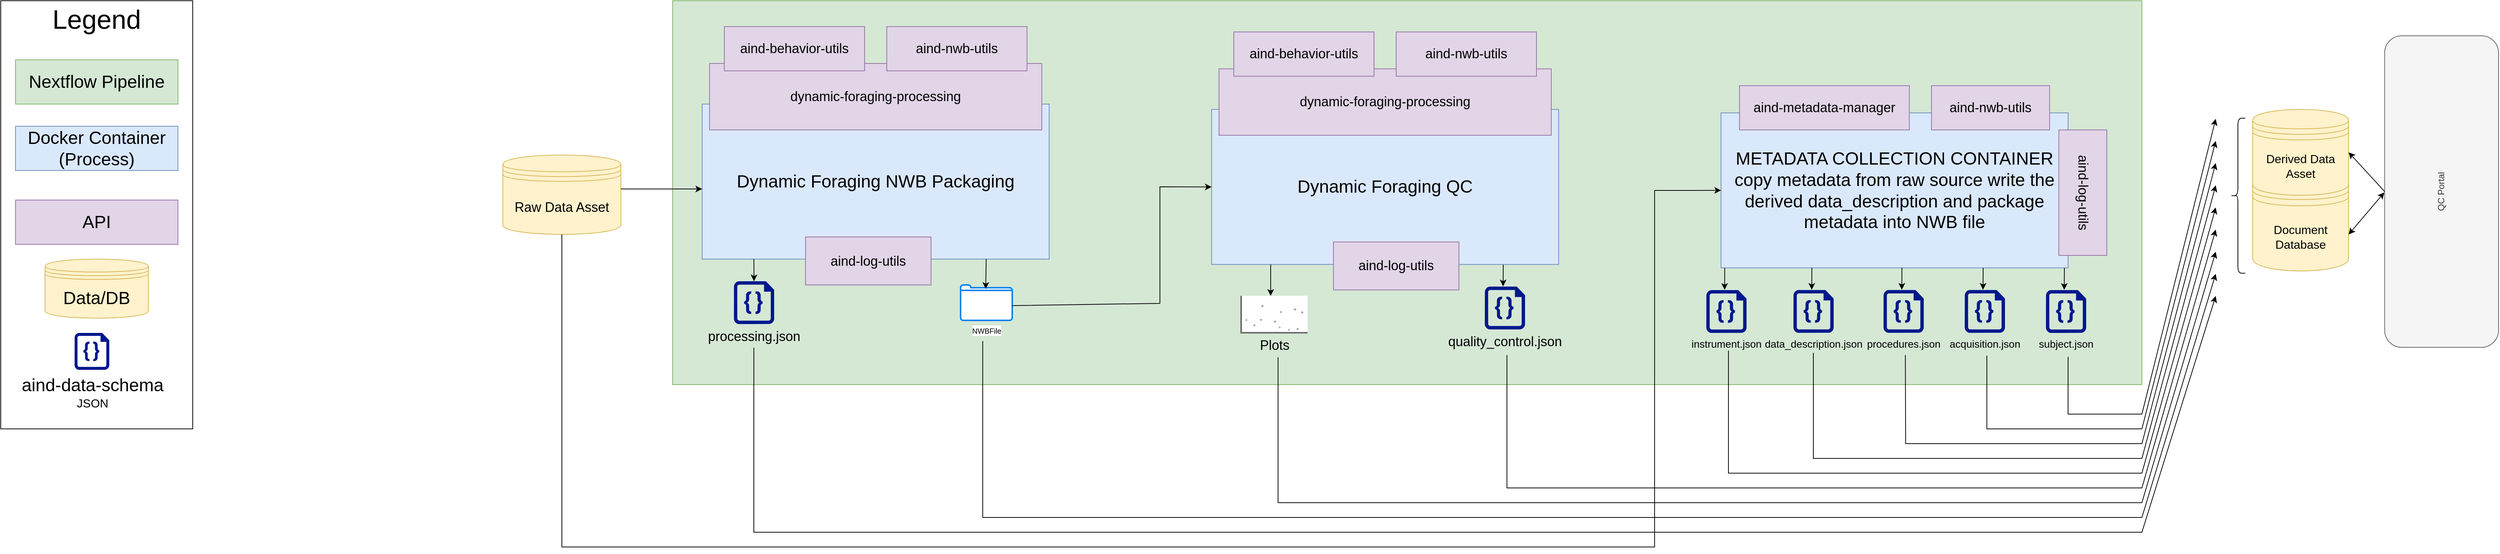
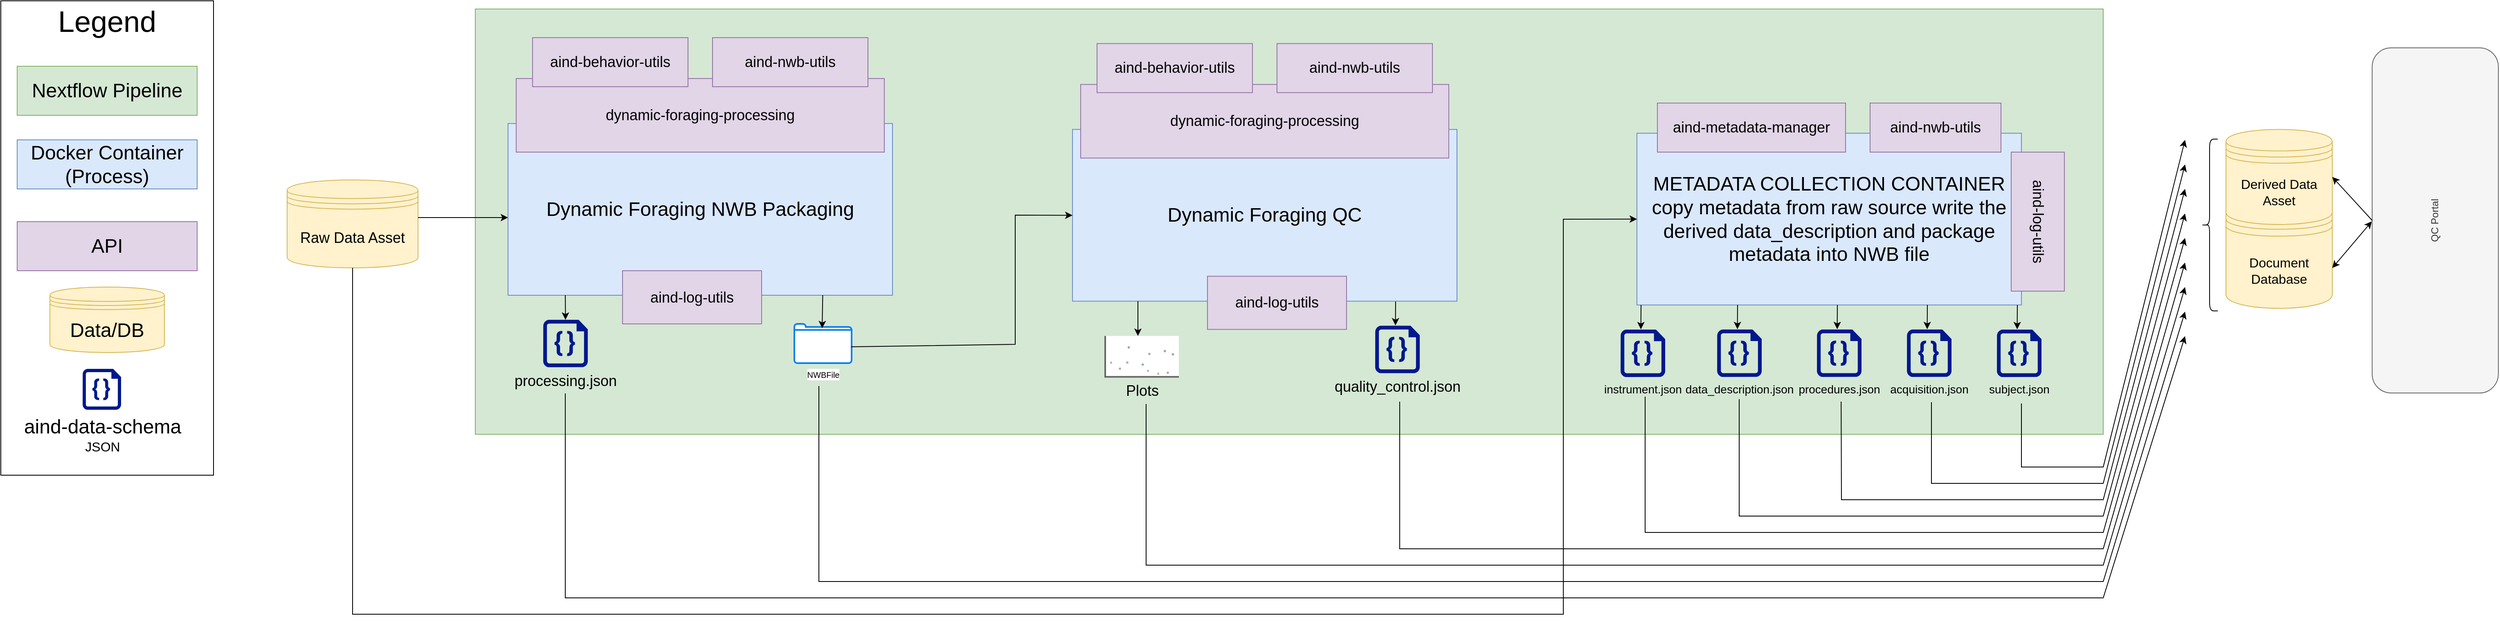
<mxfile host="Electron" agent="Mozilla/5.0 (Windows NT 10.0; Win64; x64) AppleWebKit/537.36 (KHTML, like Gecko) draw.io/29.2.9 Chrome/140.0.7339.249 Electron/38.7.2 Safari/537.36" version="29.2.9">
  <diagram name="Page-1" id="vGwxghS2Jf0l3ObwOOUD">
-     <mxGraphModel dx="2376" dy="1311" grid="1" gridSize="10" guides="1" tooltips="1" connect="1" arrows="1" fold="1" page="1" pageScale="1" pageWidth="850" pageHeight="1100" math="0" shadow="0">
+     <mxGraphModel dx="3374" dy="2331" grid="1" gridSize="10" guides="1" tooltips="1" connect="1" arrows="1" fold="1" page="1" pageScale="1" pageWidth="850" pageHeight="1100" math="0" shadow="0">
      <root>
        <mxCell id="0" />
        <mxCell id="1" parent="0" />
        <mxCell id="ucD0ku87yjtAbwI87e6s-2" parent="1" style="rounded=0;whiteSpace=wrap;html=1;fillColor=#d5e8d4;strokeColor=#82b366;" value="" vertex="1">
          <mxGeometry height="520" width="1990" x="1430" y="360" as="geometry" />
        </mxCell>
        <mxCell id="ucD0ku87yjtAbwI87e6s-4" parent="1" style="shape=datastore;whiteSpace=wrap;html=1;fillColor=#fff2cc;strokeColor=#d6b656;" value="&lt;font style=&quot;font-size: 18px;&quot;&gt;Raw Data Asset&lt;/font&gt;" vertex="1">
          <mxGeometry height="107.5" width="160" x="1200" y="568.97" as="geometry" />
        </mxCell>
        <mxCell id="ucD0ku87yjtAbwI87e6s-8" parent="1" style="rounded=0;whiteSpace=wrap;html=1;fillColor=#dae8fc;strokeColor=#6c8ebf;" value="&lt;span style=&quot;font-size: 24px;&quot;&gt;METADATA COLLECTION CONTAINER&lt;/span&gt;&lt;br&gt;&lt;div&gt;&lt;font style=&quot;font-size: 24px;&quot;&gt;copy metadata from raw source write the derived data_description and package metadata into NWB file&lt;/font&gt;&lt;/div&gt;" vertex="1">
          <mxGeometry height="210" width="470" x="2850" y="511.88" as="geometry" />
        </mxCell>
        <mxCell id="ucD0ku87yjtAbwI87e6s-9" parent="1" style="rounded=0;whiteSpace=wrap;html=1;fillColor=#e1d5e7;strokeColor=#9673a6;" value="&lt;font style=&quot;font-size: 18px;&quot;&gt;aind-metadata-manager&lt;/font&gt;" vertex="1">
          <mxGeometry height="60" width="230" x="2875" y="475" as="geometry" />
        </mxCell>
        <mxCell id="ucD0ku87yjtAbwI87e6s-10" parent="1" style="rounded=0;whiteSpace=wrap;html=1;rotation=90;fillColor=#e1d5e7;strokeColor=#9673a6;" value="&lt;font style=&quot;font-size: 18px;&quot;&gt;aind-log-utils&lt;/font&gt;" vertex="1">
          <mxGeometry height="65" width="170" x="3255" y="587.5" as="geometry" />
        </mxCell>
        <mxCell id="ucD0ku87yjtAbwI87e6s-11" parent="1" style="rounded=0;whiteSpace=wrap;html=1;fillColor=#e1d5e7;strokeColor=#9673a6;" value="&lt;font style=&quot;font-size: 18px;&quot;&gt;aind-nwb-utils&lt;/font&gt;" vertex="1">
          <mxGeometry height="60" width="160" x="3135" y="475" as="geometry" />
        </mxCell>
        <mxCell id="ucD0ku87yjtAbwI87e6s-12" connectable="0" parent="1" style="group;fillColor=#fff2cc;strokeColor=#d6b656;" value="" vertex="1">
-           <mxGeometry height="580" width="260" x="520" y="360" as="geometry" />
+           <mxGeometry height="580" width="260" x="850" y="350" as="geometry" />
        </mxCell>
        <mxCell id="ucD0ku87yjtAbwI87e6s-13" parent="ucD0ku87yjtAbwI87e6s-12" style="rounded=0;whiteSpace=wrap;html=1;" value="" vertex="1">
          <mxGeometry height="580" width="260" as="geometry" />
        </mxCell>
        <mxCell id="ucD0ku87yjtAbwI87e6s-14" parent="ucD0ku87yjtAbwI87e6s-12" style="text;html=1;whiteSpace=wrap;strokeColor=none;fillColor=none;align=center;verticalAlign=middle;rounded=0;" value="&lt;font style=&quot;font-size: 36px;&quot;&gt;Legend&lt;/font&gt;" vertex="1">
          <mxGeometry height="30" width="60" x="100" y="10" as="geometry" />
        </mxCell>
        <mxCell id="ucD0ku87yjtAbwI87e6s-15" parent="ucD0ku87yjtAbwI87e6s-12" style="rounded=0;whiteSpace=wrap;html=1;fillColor=#d5e8d4;strokeColor=#82b366;" value="&lt;font style=&quot;font-size: 24px;&quot;&gt;Nextflow Pipeline&lt;/font&gt;" vertex="1">
          <mxGeometry height="60" width="220" x="20" y="80" as="geometry" />
        </mxCell>
        <mxCell id="ucD0ku87yjtAbwI87e6s-16" parent="ucD0ku87yjtAbwI87e6s-12" style="rounded=0;whiteSpace=wrap;html=1;fillColor=#dae8fc;strokeColor=#6c8ebf;" value="&lt;font style=&quot;font-size: 24px;&quot;&gt;Docker Container (Process)&lt;/font&gt;" vertex="1">
          <mxGeometry height="60" width="220" x="20" y="170" as="geometry" />
        </mxCell>
        <mxCell id="ucD0ku87yjtAbwI87e6s-17" parent="ucD0ku87yjtAbwI87e6s-12" style="rounded=0;whiteSpace=wrap;html=1;fillColor=#e1d5e7;strokeColor=#9673a6;" value="&lt;font style=&quot;font-size: 24px;&quot;&gt;API&lt;/font&gt;" vertex="1">
          <mxGeometry height="60" width="220" x="20" y="270" as="geometry" />
        </mxCell>
        <mxCell id="ucD0ku87yjtAbwI87e6s-18" parent="ucD0ku87yjtAbwI87e6s-12" style="shape=datastore;whiteSpace=wrap;html=1;fillColor=#fff2cc;strokeColor=#d6b656;" value="&lt;font style=&quot;font-size: 24px;&quot;&gt;Data/DB&lt;/font&gt;" vertex="1">
          <mxGeometry height="80" width="140" x="60" y="350" as="geometry" />
        </mxCell>
        <mxCell id="ucD0ku87yjtAbwI87e6s-19" parent="ucD0ku87yjtAbwI87e6s-12" style="sketch=0;aspect=fixed;pointerEvents=1;shadow=0;dashed=0;html=1;strokeColor=none;labelPosition=center;verticalLabelPosition=bottom;verticalAlign=top;align=center;fillColor=#00188D;shape=mxgraph.azure.code_file" value="&lt;font style=&quot;font-size: 24px;&quot;&gt;aind-data-schema&lt;/font&gt;&lt;div&gt;&lt;font size=&quot;3&quot;&gt;JSON&lt;/font&gt;&lt;/div&gt;" vertex="1">
          <mxGeometry height="50" width="47" x="100" y="450" as="geometry" />
        </mxCell>
        <mxCell id="ucD0ku87yjtAbwI87e6s-22" parent="1" style="rounded=0;whiteSpace=wrap;html=1;fillColor=#dae8fc;strokeColor=#6c8ebf;" value="&lt;span style=&quot;font-size: 24px;&quot;&gt;Dynamic Foraging NWB Packaging&lt;/span&gt;" vertex="1">
          <mxGeometry height="210" width="470" x="1470" y="500" as="geometry" />
        </mxCell>
        <mxCell id="ucD0ku87yjtAbwI87e6s-23" parent="1" style="rounded=0;whiteSpace=wrap;html=1;fillColor=#e1d5e7;strokeColor=#9673a6;" value="&lt;font style=&quot;font-size: 18px;&quot;&gt;dynamic-foraging-processing&lt;/font&gt;" vertex="1">
          <mxGeometry height="90" width="450" x="1480" y="445" as="geometry" />
        </mxCell>
        <mxCell id="ucD0ku87yjtAbwI87e6s-24" parent="1" style="rounded=0;whiteSpace=wrap;html=1;fillColor=#e1d5e7;strokeColor=#9673a6;" value="&lt;font style=&quot;font-size: 18px;&quot;&gt;aind-nwb-utils&lt;/font&gt;" vertex="1">
          <mxGeometry height="60" width="190" x="1720" y="395" as="geometry" />
        </mxCell>
        <mxCell id="ucD0ku87yjtAbwI87e6s-25" parent="1" style="rounded=0;whiteSpace=wrap;html=1;fillColor=#e1d5e7;strokeColor=#9673a6;" value="&lt;font style=&quot;font-size: 18px;&quot;&gt;aind-behavior-utils&lt;/font&gt;" vertex="1">
          <mxGeometry height="60" width="190" x="1500" y="395" as="geometry" />
        </mxCell>
        <mxCell id="ucD0ku87yjtAbwI87e6s-26" parent="1" style="rounded=0;whiteSpace=wrap;html=1;rotation=0;fillColor=#e1d5e7;strokeColor=#9673a6;" value="&lt;font style=&quot;font-size: 18px;&quot;&gt;aind-log-utils&lt;/font&gt;" vertex="1">
          <mxGeometry height="65" width="170" x="1610" y="680" as="geometry" />
        </mxCell>
        <mxCell id="ucD0ku87yjtAbwI87e6s-33" parent="1" style="shape=datastore;whiteSpace=wrap;html=1;fillColor=#fff2cc;strokeColor=#d6b656;" value="&lt;font size=&quot;3&quot;&gt;Document Database&lt;/font&gt;" vertex="1">
          <mxGeometry height="135" width="130" x="3570" y="591.01" as="geometry" />
        </mxCell>
        <mxCell id="ucD0ku87yjtAbwI87e6s-34" parent="1" style="shape=datastore;whiteSpace=wrap;html=1;fillColor=#fff2cc;strokeColor=#d6b656;" value="&lt;font size=&quot;3&quot;&gt;Derived Data Asset&lt;/font&gt;" vertex="1">
          <mxGeometry height="116.25" width="130" x="3570" y="507.26" as="geometry" />
        </mxCell>
        <mxCell id="ucD0ku87yjtAbwI87e6s-37" parent="1" style="rounded=1;whiteSpace=wrap;html=1;rotation=-90;fillColor=#f5f5f5;strokeColor=#666666;fontColor=#333333;" value="QC Portal" vertex="1">
          <mxGeometry height="154.25" width="422.06" x="3614.85" y="541.35" as="geometry" />
        </mxCell>
        <mxCell id="ucD0ku87yjtAbwI87e6s-38" edge="1" parent="1" source="ucD0ku87yjtAbwI87e6s-37" style="endArrow=classic;html=1;rounded=0;exitX=0.5;exitY=0;exitDx=0;exitDy=0;entryX=1;entryY=0.5;entryDx=0;entryDy=0;" target="ucD0ku87yjtAbwI87e6s-34" value="">
          <mxGeometry height="50" relative="1" width="50" as="geometry">
            <mxPoint x="3740" y="586.63" as="sourcePoint" />
            <mxPoint x="3710" y="826.63" as="targetPoint" />
          </mxGeometry>
        </mxCell>
        <mxCell id="ucD0ku87yjtAbwI87e6s-39" edge="1" parent="1" style="endArrow=classic;startArrow=classic;html=1;rounded=0;entryX=0.497;entryY=-0.003;entryDx=0;entryDy=0;entryPerimeter=0;" target="ucD0ku87yjtAbwI87e6s-37" value="">
          <mxGeometry height="50" relative="1" width="50" as="geometry">
            <mxPoint x="3700" y="676.63" as="sourcePoint" />
            <mxPoint x="3750" y="626.63" as="targetPoint" />
          </mxGeometry>
        </mxCell>
        <mxCell id="XBMijPbnRn5yzxOUSNuw-1" parent="1" style="sketch=0;aspect=fixed;pointerEvents=1;shadow=0;dashed=0;html=1;strokeColor=none;labelPosition=center;verticalLabelPosition=bottom;verticalAlign=top;align=center;fillColor=#00188D;shape=mxgraph.azure.code_file" value="&lt;span style=&quot;font-size: 18px;&quot;&gt;processing.json&lt;/span&gt;" vertex="1">
          <mxGeometry height="58" width="54.52" x="1513" y="740" as="geometry" />
        </mxCell>
        <mxCell id="XBMijPbnRn5yzxOUSNuw-2" parent="1" style="sketch=0;aspect=fixed;pointerEvents=1;shadow=0;dashed=0;html=1;strokeColor=none;labelPosition=center;verticalLabelPosition=bottom;verticalAlign=top;align=center;fillColor=#00188D;shape=mxgraph.azure.code_file" value="&lt;span style=&quot;font-size: 18px;&quot;&gt;quality_control.json&lt;/span&gt;" vertex="1">
          <mxGeometry height="58" width="54.52" x="2530" y="747.26" as="geometry" />
        </mxCell>
        <mxCell id="XBMijPbnRn5yzxOUSNuw-3" edge="1" parent="1" source="ucD0ku87yjtAbwI87e6s-22" style="endArrow=classic;html=1;rounded=0;exitX=0.149;exitY=1;exitDx=0;exitDy=0;exitPerimeter=0;entryX=0.5;entryY=0;entryDx=0;entryDy=0;entryPerimeter=0;" target="XBMijPbnRn5yzxOUSNuw-1" value="">
          <mxGeometry height="50" relative="1" width="50" as="geometry">
            <mxPoint x="1570" y="950" as="sourcePoint" />
            <mxPoint x="1620" y="900" as="targetPoint" />
          </mxGeometry>
        </mxCell>
        <mxCell id="XBMijPbnRn5yzxOUSNuw-4" edge="1" parent="1" style="endArrow=classic;html=1;rounded=0;exitX=0.149;exitY=1;exitDx=0;exitDy=0;exitPerimeter=0;entryX=0.455;entryY=-0.007;entryDx=0;entryDy=0;entryPerimeter=0;" target="XBMijPbnRn5yzxOUSNuw-2" value="">
          <mxGeometry height="50" relative="1" width="50" as="geometry">
            <mxPoint x="2555" y="717.26" as="sourcePoint" />
            <mxPoint x="2555" y="747.26" as="targetPoint" />
          </mxGeometry>
        </mxCell>
        <mxCell id="ac3s_IaSw4kxKbjggmrB-1" parent="1" style="rounded=0;whiteSpace=wrap;html=1;fillColor=#dae8fc;strokeColor=#6c8ebf;" value="&lt;div&gt;&lt;font style=&quot;font-size: 24px;&quot;&gt;Dynamic Foraging QC&lt;/font&gt;&lt;/div&gt;" vertex="1">
          <mxGeometry height="210" width="470" x="2160" y="507.26" as="geometry" />
        </mxCell>
        <mxCell id="ac3s_IaSw4kxKbjggmrB-3" parent="1" style="rounded=0;whiteSpace=wrap;html=1;rotation=0;fillColor=#e1d5e7;strokeColor=#9673a6;" value="&lt;font style=&quot;font-size: 18px;&quot;&gt;aind-log-utils&lt;/font&gt;" vertex="1">
          <mxGeometry height="65" width="170" x="2325" y="686.75" as="geometry" />
        </mxCell>
        <mxCell id="ac3s_IaSw4kxKbjggmrB-5" parent="1" style="rounded=0;whiteSpace=wrap;html=1;fillColor=#e1d5e7;strokeColor=#9673a6;" value="&lt;font style=&quot;font-size: 18px;&quot;&gt;dynamic-foraging-processing&lt;/font&gt;" vertex="1">
          <mxGeometry height="90" width="450" x="2170" y="452.25" as="geometry" />
        </mxCell>
        <mxCell id="ac3s_IaSw4kxKbjggmrB-6" parent="1" style="rounded=0;whiteSpace=wrap;html=1;fillColor=#e1d5e7;strokeColor=#9673a6;" value="&lt;font style=&quot;font-size: 18px;&quot;&gt;aind-nwb-utils&lt;/font&gt;" vertex="1">
          <mxGeometry height="60" width="190" x="2410" y="402.25" as="geometry" />
        </mxCell>
        <mxCell id="ac3s_IaSw4kxKbjggmrB-7" parent="1" style="rounded=0;whiteSpace=wrap;html=1;fillColor=#e1d5e7;strokeColor=#9673a6;" value="&lt;font style=&quot;font-size: 18px;&quot;&gt;aind-behavior-utils&lt;/font&gt;" vertex="1">
          <mxGeometry height="60" width="190" x="2190" y="402.25" as="geometry" />
        </mxCell>
        <mxCell id="ac3s_IaSw4kxKbjggmrB-8" parent="1" style="verticalLabelPosition=bottom;shadow=0;dashed=0;align=center;html=1;verticalAlign=top;strokeWidth=1;shape=mxgraph.mockup.graphics.plotChart;strokeColor=none;strokeColor2=#aaaaaa;strokeColor3=#666666;fillColor2=#99aaff,#0022ff,#008cff;" value="&lt;font style=&quot;font-size: 18px;&quot;&gt;Plots&lt;/font&gt;" vertex="1">
          <mxGeometry height="50" width="90" x="2200" y="759.74" as="geometry" />
        </mxCell>
        <mxCell id="ac3s_IaSw4kxKbjggmrB-10" edge="1" parent="1" style="endArrow=classic;html=1;rounded=0;exitX=0.149;exitY=1;exitDx=0;exitDy=0;exitPerimeter=0;" value="">
          <mxGeometry height="50" relative="1" width="50" as="geometry">
            <mxPoint x="2240" y="717.26" as="sourcePoint" />
            <mxPoint x="2240" y="759.74" as="targetPoint" />
          </mxGeometry>
        </mxCell>
        <mxCell id="ac3s_IaSw4kxKbjggmrB-11" parent="1" style="html=1;verticalLabelPosition=bottom;align=center;labelBackgroundColor=#ffffff;verticalAlign=top;strokeWidth=2;strokeColor=#0080F0;shadow=0;dashed=0;shape=mxgraph.ios7.icons.folder;" value="&lt;font size=&quot;1&quot;&gt;NWBFile&lt;/font&gt;" vertex="1">
          <mxGeometry height="48" width="70" x="1820" y="745" as="geometry" />
        </mxCell>
        <mxCell id="ac3s_IaSw4kxKbjggmrB-12" edge="1" parent="1" style="endArrow=classic;html=1;rounded=0;exitX=0.149;exitY=1;exitDx=0;exitDy=0;exitPerimeter=0;entryX=0.486;entryY=0.111;entryDx=0;entryDy=0;entryPerimeter=0;" target="ac3s_IaSw4kxKbjggmrB-11" value="">
          <mxGeometry height="50" relative="1" width="50" as="geometry">
            <mxPoint x="1854.69" y="710" as="sourcePoint" />
            <mxPoint x="1854.69" y="740" as="targetPoint" />
          </mxGeometry>
        </mxCell>
        <mxCell id="ac3s_IaSw4kxKbjggmrB-15" parent="1" style="sketch=0;aspect=fixed;pointerEvents=1;shadow=0;dashed=0;html=1;strokeColor=none;labelPosition=center;verticalLabelPosition=bottom;verticalAlign=top;align=center;fillColor=#00188D;shape=mxgraph.azure.code_file" value="&lt;font style=&quot;font-size: 14px;&quot;&gt;data_description.json&lt;/font&gt;" vertex="1">
          <mxGeometry height="58" width="54.52" x="2948" y="751.88" as="geometry" />
        </mxCell>
        <mxCell id="ac3s_IaSw4kxKbjggmrB-16" edge="1" parent="1" style="endArrow=classic;html=1;rounded=0;exitX=0.149;exitY=1;exitDx=0;exitDy=0;exitPerimeter=0;entryX=0.455;entryY=-0.007;entryDx=0;entryDy=0;entryPerimeter=0;" target="ac3s_IaSw4kxKbjggmrB-15" value="">
          <mxGeometry height="50" relative="1" width="50" as="geometry">
            <mxPoint x="2973" y="721.88" as="sourcePoint" />
            <mxPoint x="2973" y="751.88" as="targetPoint" />
          </mxGeometry>
        </mxCell>
        <mxCell id="ac3s_IaSw4kxKbjggmrB-19" parent="1" style="sketch=0;aspect=fixed;pointerEvents=1;shadow=0;dashed=0;html=1;strokeColor=none;labelPosition=center;verticalLabelPosition=bottom;verticalAlign=top;align=center;fillColor=#00188D;shape=mxgraph.azure.code_file" value="&lt;font style=&quot;font-size: 14px;&quot;&gt;acquisition.json&lt;/font&gt;" vertex="1">
          <mxGeometry height="58" width="54.52" x="3180" y="751.88" as="geometry" />
        </mxCell>
        <mxCell id="ac3s_IaSw4kxKbjggmrB-20" edge="1" parent="1" style="endArrow=classic;html=1;rounded=0;exitX=0.149;exitY=1;exitDx=0;exitDy=0;exitPerimeter=0;entryX=0.455;entryY=-0.007;entryDx=0;entryDy=0;entryPerimeter=0;" target="ac3s_IaSw4kxKbjggmrB-19" value="">
          <mxGeometry height="50" relative="1" width="50" as="geometry">
            <mxPoint x="3205" y="721.88" as="sourcePoint" />
            <mxPoint x="3205" y="751.88" as="targetPoint" />
          </mxGeometry>
        </mxCell>
        <mxCell id="ac3s_IaSw4kxKbjggmrB-23" parent="1" style="sketch=0;aspect=fixed;pointerEvents=1;shadow=0;dashed=0;html=1;strokeColor=none;labelPosition=center;verticalLabelPosition=bottom;verticalAlign=top;align=center;fillColor=#00188D;shape=mxgraph.azure.code_file" value="&lt;font style=&quot;font-size: 14px;&quot;&gt;instrument.json&lt;/font&gt;" vertex="1">
          <mxGeometry height="58" width="54.52" x="2830" y="752" as="geometry" />
        </mxCell>
        <mxCell id="ac3s_IaSw4kxKbjggmrB-24" edge="1" parent="1" style="endArrow=classic;html=1;rounded=0;exitX=0.149;exitY=1;exitDx=0;exitDy=0;exitPerimeter=0;entryX=0.455;entryY=-0.007;entryDx=0;entryDy=0;entryPerimeter=0;" target="ac3s_IaSw4kxKbjggmrB-23" value="">
          <mxGeometry height="50" relative="1" width="50" as="geometry">
            <mxPoint x="2855" y="722" as="sourcePoint" />
            <mxPoint x="2855" y="752" as="targetPoint" />
          </mxGeometry>
        </mxCell>
        <mxCell id="ac3s_IaSw4kxKbjggmrB-25" parent="1" style="sketch=0;aspect=fixed;pointerEvents=1;shadow=0;dashed=0;html=1;strokeColor=none;labelPosition=center;verticalLabelPosition=bottom;verticalAlign=top;align=center;fillColor=#00188D;shape=mxgraph.azure.code_file" value="&lt;font style=&quot;font-size: 14px;&quot;&gt;subject.json&lt;/font&gt;" vertex="1">
          <mxGeometry height="58" width="54.52" x="3290" y="752" as="geometry" />
        </mxCell>
        <mxCell id="ac3s_IaSw4kxKbjggmrB-26" edge="1" parent="1" style="endArrow=classic;html=1;rounded=0;exitX=0.149;exitY=1;exitDx=0;exitDy=0;exitPerimeter=0;entryX=0.455;entryY=-0.007;entryDx=0;entryDy=0;entryPerimeter=0;" target="ac3s_IaSw4kxKbjggmrB-25" value="">
          <mxGeometry height="50" relative="1" width="50" as="geometry">
            <mxPoint x="3315" y="722" as="sourcePoint" />
            <mxPoint x="3315" y="752" as="targetPoint" />
          </mxGeometry>
        </mxCell>
        <mxCell id="ac3s_IaSw4kxKbjggmrB-27" parent="1" style="sketch=0;aspect=fixed;pointerEvents=1;shadow=0;dashed=0;html=1;strokeColor=none;labelPosition=center;verticalLabelPosition=bottom;verticalAlign=top;align=center;fillColor=#00188D;shape=mxgraph.azure.code_file" value="&lt;font style=&quot;font-size: 14px;&quot;&gt;procedures.json&lt;/font&gt;" vertex="1">
          <mxGeometry height="58" width="54.52" x="3070" y="751.88" as="geometry" />
        </mxCell>
        <mxCell id="ac3s_IaSw4kxKbjggmrB-28" edge="1" parent="1" style="endArrow=classic;html=1;rounded=0;exitX=0.149;exitY=1;exitDx=0;exitDy=0;exitPerimeter=0;entryX=0.455;entryY=-0.007;entryDx=0;entryDy=0;entryPerimeter=0;" target="ac3s_IaSw4kxKbjggmrB-27" value="">
          <mxGeometry height="50" relative="1" width="50" as="geometry">
            <mxPoint x="3095" y="721.88" as="sourcePoint" />
            <mxPoint x="3095" y="751.88" as="targetPoint" />
          </mxGeometry>
        </mxCell>
        <mxCell id="ac3s_IaSw4kxKbjggmrB-29" edge="1" parent="1" style="endArrow=classic;html=1;rounded=0;" value="">
          <mxGeometry height="50" relative="1" width="50" as="geometry">
            <Array as="points">
              <mxPoint x="1540" y="1080" />
              <mxPoint x="3420" y="1080" />
            </Array>
            <mxPoint x="1540" y="830" as="sourcePoint" />
            <mxPoint x="3520" y="760" as="targetPoint" />
          </mxGeometry>
        </mxCell>
        <mxCell id="ac3s_IaSw4kxKbjggmrB-30" edge="1" parent="1" style="endArrow=classic;html=1;rounded=0;" value="">
          <mxGeometry height="50" relative="1" width="50" as="geometry">
            <Array as="points">
              <mxPoint x="1850" y="1060" />
              <mxPoint x="3420" y="1060" />
            </Array>
            <mxPoint x="1850" y="821" as="sourcePoint" />
            <mxPoint x="3520" y="730" as="targetPoint" />
          </mxGeometry>
        </mxCell>
        <mxCell id="ac3s_IaSw4kxKbjggmrB-31" edge="1" parent="1" style="endArrow=classic;html=1;rounded=0;" value="">
          <mxGeometry height="50" relative="1" width="50" as="geometry">
            <Array as="points">
              <mxPoint x="2250" y="1040" />
              <mxPoint x="3420" y="1040" />
            </Array>
            <mxPoint x="2250" y="842.94" as="sourcePoint" />
            <mxPoint x="3520" y="700" as="targetPoint" />
          </mxGeometry>
        </mxCell>
        <mxCell id="ac3s_IaSw4kxKbjggmrB-33" edge="1" parent="1" source="ac3s_IaSw4kxKbjggmrB-11" style="endArrow=classic;html=1;rounded=0;entryX=0;entryY=0.5;entryDx=0;entryDy=0;exitX=0.992;exitY=0.583;exitDx=0;exitDy=0;exitPerimeter=0;" target="ac3s_IaSw4kxKbjggmrB-1" value="">
          <mxGeometry height="50" relative="1" width="50" as="geometry">
            <Array as="points">
              <mxPoint x="2090" y="770" />
              <mxPoint x="2090" y="612" />
            </Array>
            <mxPoint x="1900" y="770" as="sourcePoint" />
            <mxPoint x="1950" y="720" as="targetPoint" />
          </mxGeometry>
        </mxCell>
        <mxCell id="ac3s_IaSw4kxKbjggmrB-34" edge="1" parent="1" style="endArrow=classic;html=1;rounded=0;" value="">
          <mxGeometry height="50" relative="1" width="50" as="geometry">
            <mxPoint x="1360" y="615" as="sourcePoint" />
            <mxPoint x="1470" y="615" as="targetPoint" />
          </mxGeometry>
        </mxCell>
        <mxCell id="ac3s_IaSw4kxKbjggmrB-35" edge="1" parent="1" source="ucD0ku87yjtAbwI87e6s-4" style="endArrow=classic;html=1;rounded=0;entryX=0;entryY=0.5;entryDx=0;entryDy=0;exitX=0.5;exitY=1;exitDx=0;exitDy=0;" target="ucD0ku87yjtAbwI87e6s-8" value="">
          <mxGeometry height="50" relative="1" width="50" as="geometry">
            <Array as="points">
              <mxPoint x="1280" y="1100" />
              <mxPoint x="2760" y="1100" />
              <mxPoint x="2760" y="617" />
            </Array>
            <mxPoint x="1296" y="596.85" as="sourcePoint" />
            <mxPoint x="1470" y="601.85" as="targetPoint" />
          </mxGeometry>
        </mxCell>
        <mxCell id="ac3s_IaSw4kxKbjggmrB-38" parent="1" style="shape=curlyBracket;whiteSpace=wrap;html=1;rounded=1;labelPosition=left;verticalLabelPosition=middle;align=right;verticalAlign=middle;" value="" vertex="1">
          <mxGeometry height="210" width="20" x="3540" y="519.13" as="geometry" />
        </mxCell>
        <mxCell id="ac3s_IaSw4kxKbjggmrB-39" edge="1" parent="1" style="endArrow=classic;html=1;rounded=0;" value="">
          <mxGeometry height="50" relative="1" width="50" as="geometry">
            <Array as="points">
              <mxPoint x="2560" y="1020" />
              <mxPoint x="3420" y="1020" />
            </Array>
            <mxPoint x="2560" y="840.12" as="sourcePoint" />
            <mxPoint x="3520" y="670" as="targetPoint" />
          </mxGeometry>
        </mxCell>
        <mxCell id="ac3s_IaSw4kxKbjggmrB-41" edge="1" parent="1" style="endArrow=classic;html=1;rounded=0;" value="">
          <mxGeometry height="50" relative="1" width="50" as="geometry">
            <Array as="points">
              <mxPoint x="2860" y="1000" />
              <mxPoint x="3420" y="1000" />
            </Array>
            <mxPoint x="2860" y="833.9507692307693" as="sourcePoint" />
            <mxPoint x="3520" y="640" as="targetPoint" />
          </mxGeometry>
        </mxCell>
        <mxCell id="ac3s_IaSw4kxKbjggmrB-42" edge="1" parent="1" style="endArrow=classic;html=1;rounded=0;" value="">
          <mxGeometry height="50" relative="1" width="50" as="geometry">
            <Array as="points">
              <mxPoint x="2975" y="980" />
              <mxPoint x="3420" y="980" />
            </Array>
            <mxPoint x="2975" y="837.0507692307693" as="sourcePoint" />
            <mxPoint x="3520" y="610" as="targetPoint" />
          </mxGeometry>
        </mxCell>
        <mxCell id="ac3s_IaSw4kxKbjggmrB-43" edge="1" parent="1" source="ucD0ku87yjtAbwI87e6s-2" style="endArrow=classic;html=1;rounded=0;exitX=0.839;exitY=0.923;exitDx=0;exitDy=0;exitPerimeter=0;" value="">
          <mxGeometry height="50" relative="1" width="50" as="geometry">
            <Array as="points">
              <mxPoint x="3100" y="960" />
              <mxPoint x="3420" y="960" />
            </Array>
            <mxPoint x="3090" y="840" as="sourcePoint" />
            <mxPoint x="3520" y="580" as="targetPoint" />
          </mxGeometry>
        </mxCell>
        <mxCell id="ac3s_IaSw4kxKbjggmrB-45" edge="1" parent="1" style="endArrow=classic;html=1;rounded=0;" value="">
          <mxGeometry height="50" relative="1" width="50" as="geometry">
            <Array as="points">
              <mxPoint x="3210" y="940" />
              <mxPoint x="3420" y="940" />
            </Array>
            <mxPoint x="3210" y="840.8107692307693" as="sourcePoint" />
            <mxPoint x="3520" y="550" as="targetPoint" />
          </mxGeometry>
        </mxCell>
        <mxCell id="ac3s_IaSw4kxKbjggmrB-46" edge="1" parent="1" style="endArrow=classic;html=1;rounded=0;" value="">
          <mxGeometry height="50" relative="1" width="50" as="geometry">
            <Array as="points">
              <mxPoint x="3320" y="920" />
              <mxPoint x="3420" y="920" />
            </Array>
            <mxPoint x="3320" y="842.4307692307694" as="sourcePoint" />
            <mxPoint x="3520" y="520" as="targetPoint" />
          </mxGeometry>
        </mxCell>
      </root>
    </mxGraphModel>
  </diagram>
</mxfile>
